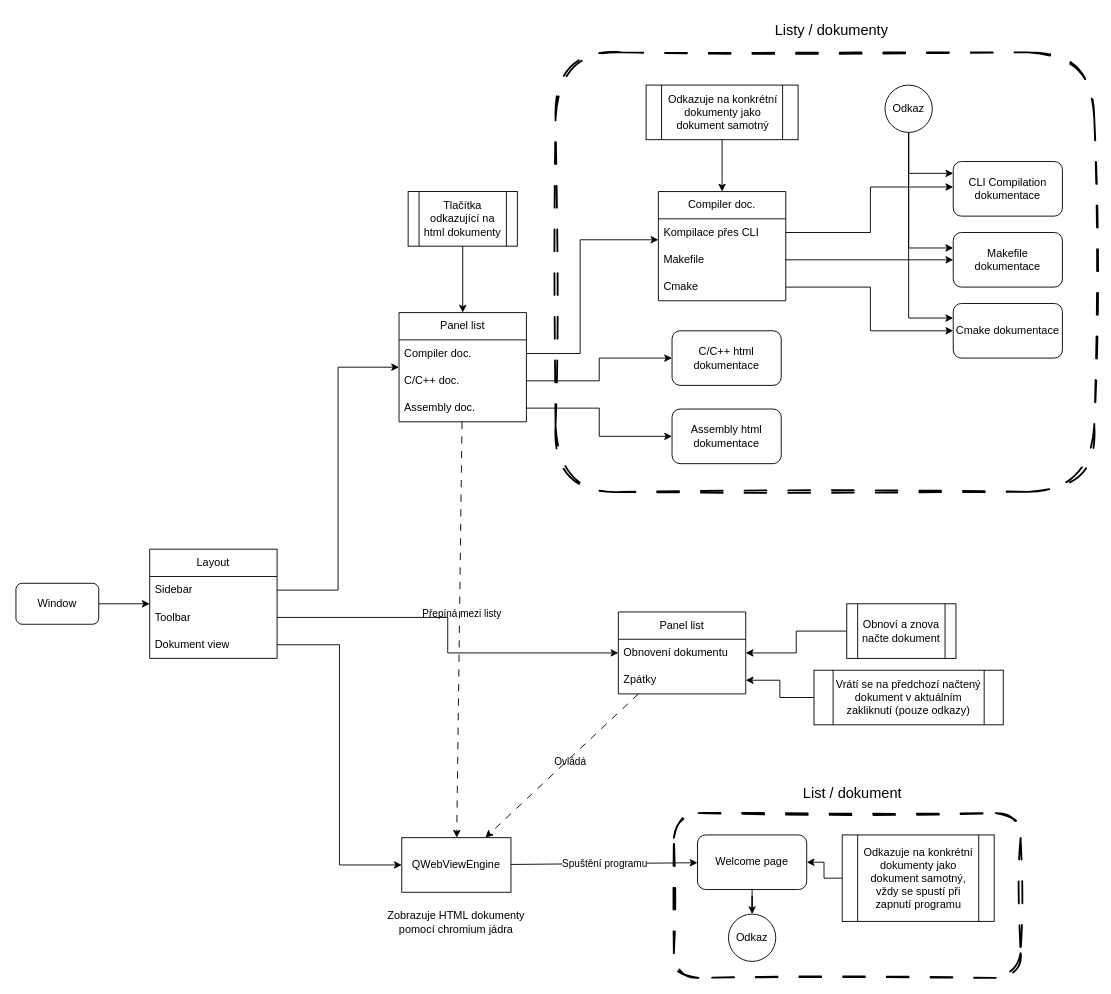
Earlier version of the draw.io diagram StructureDiagram.drawio (CreSilver/SilTool). Source tidied: cells renumbered, new cells numbered last; positions are measured from the earlier drawing's top-left corner, leaving out a move shared by most shapes. Both pictures are drawn from the tidied source at 91%, with x=0, y=0 at pixel (15, 15).
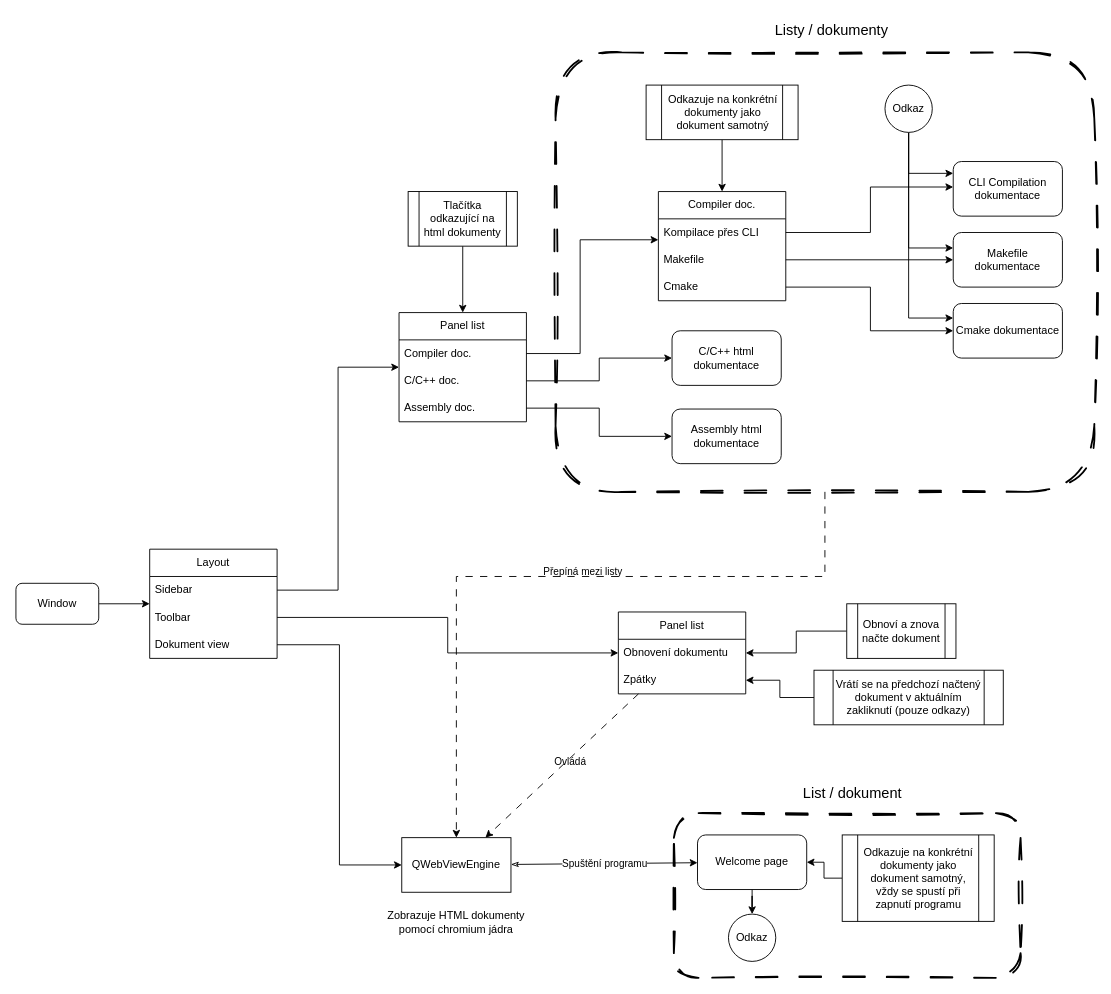
The same page after the edit.

Unchanged cells that the change refers to:
```xml
<mxCell id="8" value="Panel list" style="swimlane;fontStyle=0;horizontal=1;startSize=30;whiteSpace=wrap;html=1;labelBackgroundColor=none;" parent="1" vertex="1">
  <mxGeometry x="421" y="326" width="140" height="120" as="geometry" />
</mxCell>
<mxCell id="16" value="QWebViewEngine" style="rounded=0;whiteSpace=wrap;html=1;labelBackgroundColor=none;" parent="1" vertex="1">
  <mxGeometry x="424" y="903" width="120" height="60" as="geometry" />
</mxCell>
<mxCell id="44" value="Welcome page" style="rounded=1;whiteSpace=wrap;html=1;" parent="1" vertex="1">
  <mxGeometry x="749" y="900" width="120" height="60" as="geometry" />
</mxCell>
<mxCell id="58" style="rounded=1;whiteSpace=wrap;html=1;fillColor=none;dashed=1;dashPattern=12 12;strokeWidth=2;perimeterSpacing=0;sketch=1;curveFitting=1;jiggle=2;shadow=0;glass=0;" parent="1" vertex="1">
  <mxGeometry x="593" y="40" width="592" height="483" as="geometry" />
</mxCell>
```

What changed in the source:
```diff
@@
-    <mxCell id="21" style="endArrow=classic;html=1;rounded=0;curved=0;dashed=1;dashPattern=8 8;labelBackgroundColor=none;fontColor=default;" parent="1" edge="1" source="8" target="16">
-      <mxGeometry relative="1" as="geometry" />
+    <mxCell id="21" style="endArrow=classic;html=1;rounded=0;curved=0;dashed=1;dashPattern=8 8;labelBackgroundColor=none;fontColor=default;exitX=0.5;exitY=1;exitDx=0;exitDy=0;" parent="1" edge="1" source="58" target="16">
+      <mxGeometry relative="1" as="geometry">
+        <Array as="points">
+          <mxPoint x="889" y="616" />
+          <mxPoint x="484" y="616" />
+        </Array>
+      </mxGeometry>
     </mxCell>
     <mxCell id="22" value="Přepíná mezi listy" style="edgeLabel;html=1;align=center;verticalAlign=middle;labelBackgroundColor=none;" parent="21" vertex="1">
-      <mxGeometry x="-0.08" y="2" relative="1" as="geometry" />
+      <mxGeometry x="-0.08" y="2" relative="1" as="geometry">
+        <mxPoint x="1" y="-8" as="offset" />
+      </mxGeometry>
     </mxCell>
@@
-    <mxCell id="45" style="endArrow=classic;html=1;rounded=0;" parent="1" edge="1" source="16" target="44">
+    <mxCell id="45" style="endArrow=classic;html=1;rounded=0;startArrow=classicThin;startFill=0;" parent="1" edge="1" source="16" target="44">
       <mxGeometry relative="1" as="geometry" />
     </mxCell>
```
